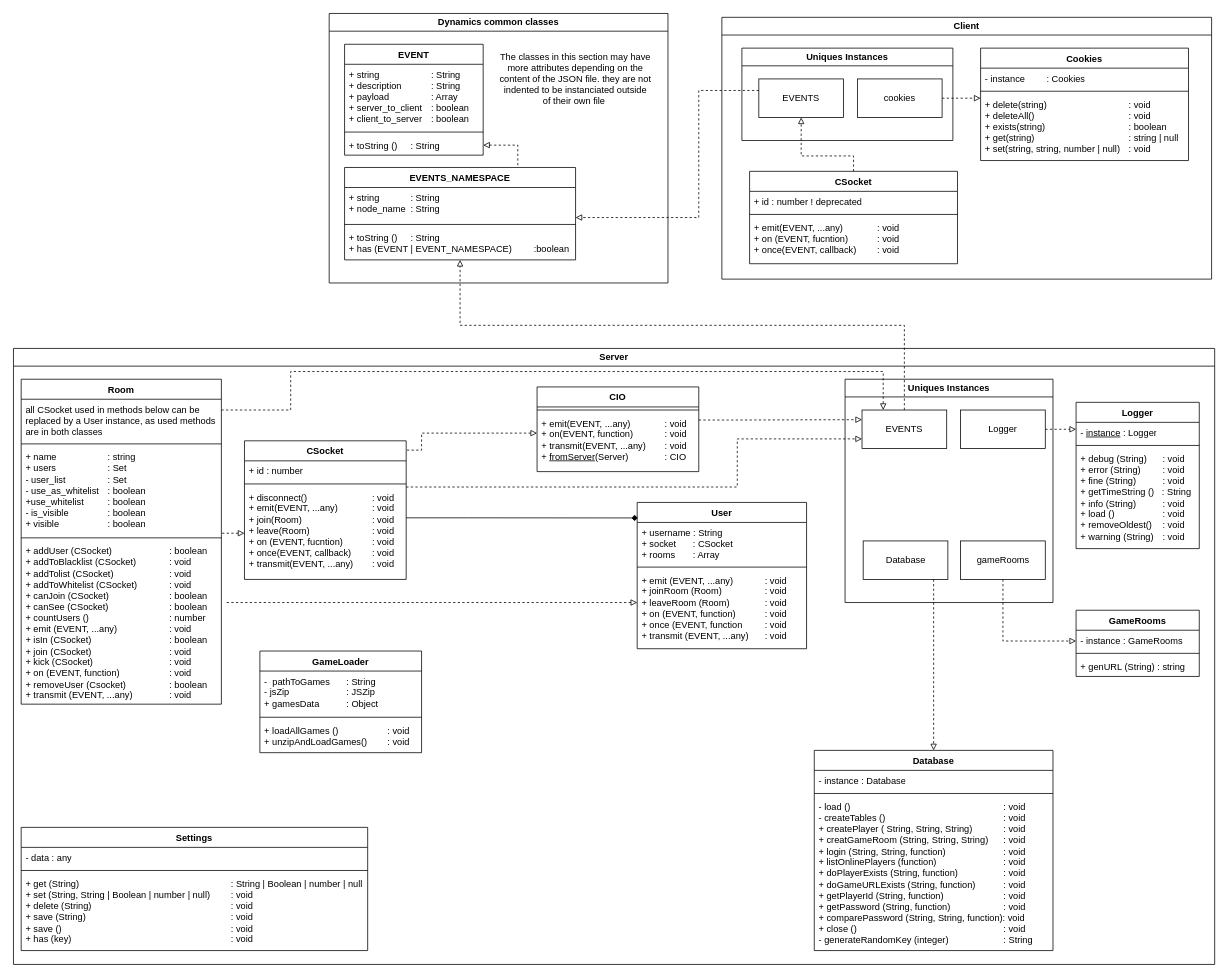
T0ine34/ortelo keeps this draw.io diagram as useful_docs/classes.drawio. Above is the earlier version. Source tidied: cells renumbered, new cells numbered last; positions are measured from the earlier drawing's top-left corner, leaving out a move shared by most shapes. Both pictures are drawn from the tidied source at 77%, with x=0, y=0 at pixel (13, 13).
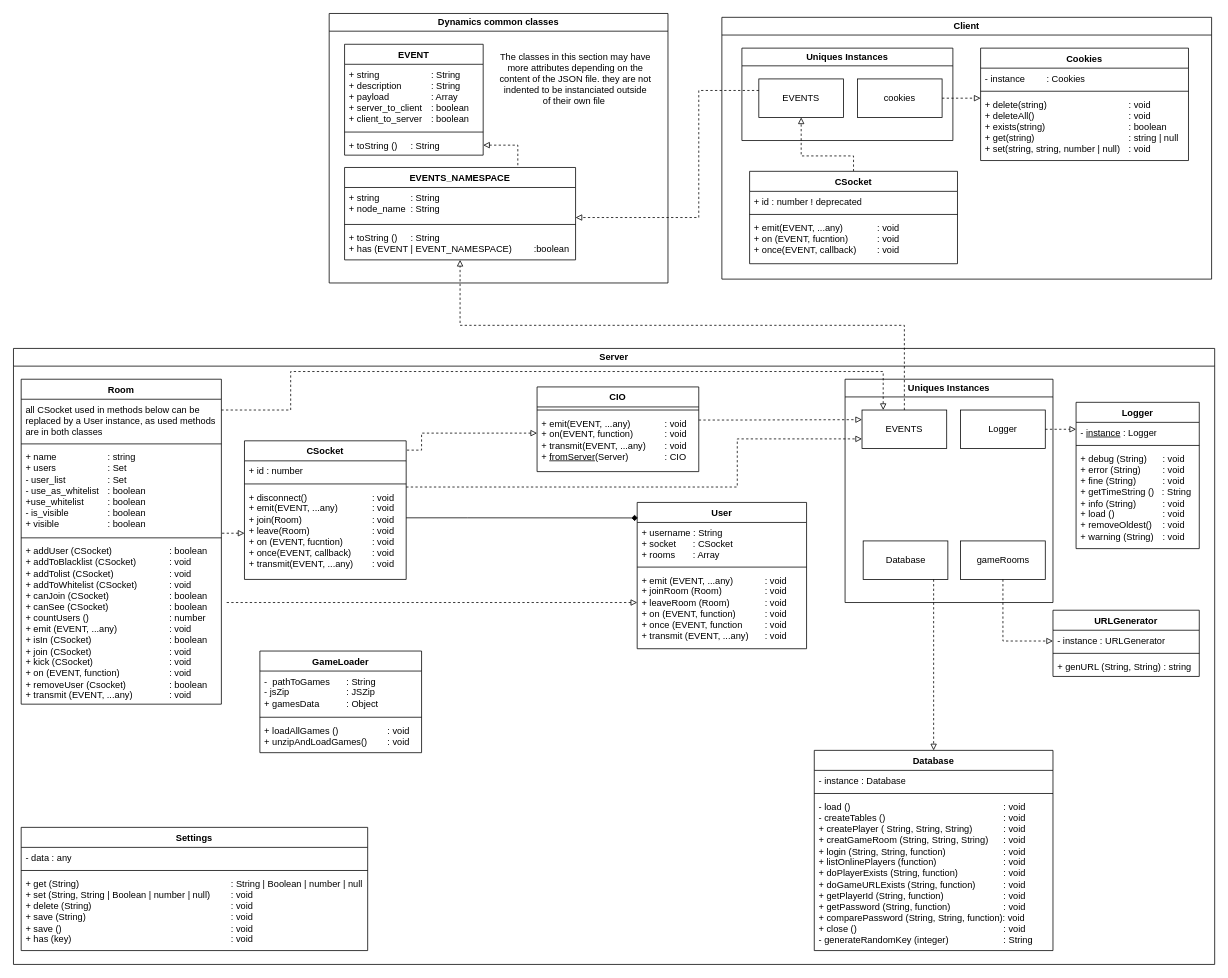
Above is the later version.

Commit message (it also covers changes not shown here):
Changes genUrl method, adds email confirmation when registering a new account

The change refers to these unchanged cells:
```xml
<mxCell id="16" value="Server" style="swimlane;whiteSpace=wrap;html=1;" parent="1" vertex="1">
  <mxGeometry y="435" width="1560" height="800" as="geometry" />
</mxCell>
```

What changed in the source:
```diff
@@
-    <mxCell id="64" value="GameRooms" style="swimlane;fontStyle=1;align=center;verticalAlign=top;horizontal=1;startSize=26;" parent="16" vertex="1">
-      <mxGeometry x="1380" y="340" width="160" height="86" as="geometry" />
+    <mxCell id="64" value="URLGenerator" style="swimlane;fontStyle=1;align=center;verticalAlign=top;horizontal=1;startSize=26;" parent="16" vertex="1">
+      <mxGeometry x="1350" y="340" width="190" height="86" as="geometry" />
     </mxCell>
-    <mxCell id="65" value="- instance : GameRooms" style="text;strokeColor=none;fillColor=none;align=left;verticalAlign=top;spacingLeft=4;spacingRight=4;overflow=hidden;" parent="64" vertex="1">
-      <mxGeometry y="26" width="160" height="26" as="geometry" />
+    <mxCell id="65" value="- instance : URLGenerator" style="text;strokeColor=none;fillColor=none;align=left;verticalAlign=top;spacingLeft=4;spacingRight=4;overflow=hidden;" parent="64" vertex="1">
+      <mxGeometry y="26" width="190" height="26" as="geometry" />
     </mxCell>
     <mxCell id="66" style="line;strokeWidth=1;fillColor=none;align=left;verticalAlign=middle;spacingTop=-1;spacingLeft=3;spacingRight=3;labelPosition=right;strokeColor=inherit;" parent="64" vertex="1">
-      <mxGeometry y="52" width="160" height="8" as="geometry" />
+      <mxGeometry y="52" width="190" height="8" as="geometry" />
     </mxCell>
-    <mxCell id="67" value="+ genURL (String) : string" style="text;strokeColor=none;fillColor=none;align=left;verticalAlign=top;spacingLeft=4;spacingRight=4;overflow=hidden;" parent="64" vertex="1">
-      <mxGeometry y="60" width="160" height="26" as="geometry" />
+    <mxCell id="67" value="+ genURL (String, String) : string" style="text;strokeColor=none;fillColor=none;align=left;verticalAlign=top;spacingLeft=4;spacingRight=4;overflow=hidden;" parent="64" vertex="1">
+      <mxGeometry y="60" width="190" height="26" as="geometry" />
     </mxCell>
```
